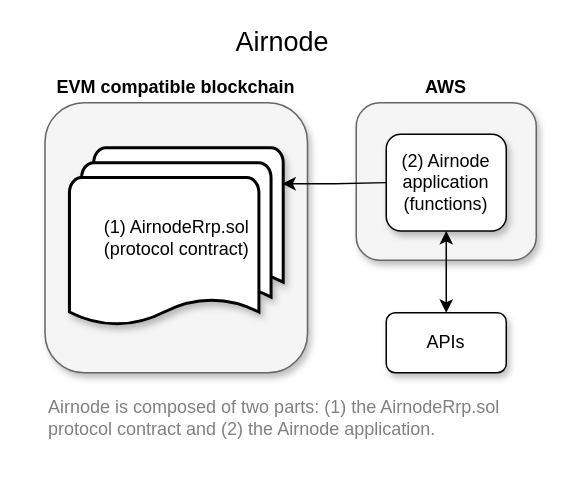
Before: docs/airnode/next/assets/diagrams/airnode-is-2-parts.drawio in api3dao/old-api3-docs, a draw.io diagram. Source tidied: cells renumbered, new cells numbered last; positions are measured from the earlier drawing's top-left corner, leaving out a move shared by most shapes. Both pictures are drawn from the tidied source at 150%, with x=0, y=0 at pixel (26, 27).
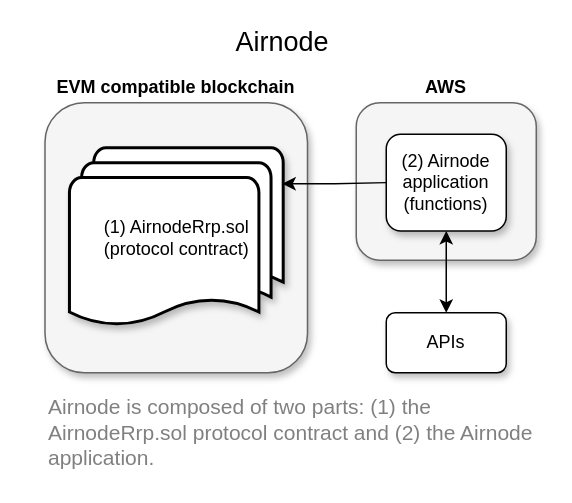
Above is the later version.

Change to the diagram source:
```diff
@@
 <mxGraphModel>
   <root>
     <mxCell id="0" />
     <mxCell id="1" parent="0" />
     <mxCell id="2" style="rounded=1;whiteSpace=wrap;html=1;fillColor=#f5f5f5;strokeColor=#666666;fontColor=#333333;shadow=1;" parent="1" vertex="1">
       <mxGeometry x="220" y="50" width="120" height="105" as="geometry" />
     </mxCell>
     <mxCell id="3" value="APIs" style="rounded=1;whiteSpace=wrap;html=1;shadow=1;" parent="1" vertex="1">
       <mxGeometry x="240" y="190" width="80" height="40" as="geometry" />
     </mxCell>
     <mxCell id="4" style="edgeStyle=orthogonalEdgeStyle;rounded=0;jettySize=auto;html=1;entryX=0.5;entryY=0;entryDx=0;entryDy=0;startArrow=classic;startFill=1;" parent="1" edge="1" source="5" target="3">
       <mxGeometry relative="1" as="geometry" />
     </mxCell>
     <mxCell id="5" value="(2) Airnode&lt;br&gt;application&lt;br&gt;(functions)" style="rounded=1;whiteSpace=wrap;html=1;shadow=1;" parent="1" vertex="1">
       <mxGeometry x="240" y="71" width="80" height="64.5" as="geometry" />
     </mxCell>
     <mxCell id="6" style="rounded=1;whiteSpace=wrap;html=1;fillColor=#f5f5f5;strokeColor=#666666;fontColor=#333333;shadow=1;" parent="1" vertex="1">
       <mxGeometry x="12.5" y="50" width="175" height="180" as="geometry" />
     </mxCell>
     <mxCell id="7" value="&lt;b&gt;EVM compatible blockchain&lt;/b&gt;" style="text;html=1;strokeColor=none;fillColor=none;align=center;verticalAlign=middle;whiteSpace=wrap;rounded=0;" parent="1" vertex="1">
       <mxGeometry y="30" width="200" height="20" as="geometry" />
     </mxCell>
     <mxCell id="8" style="edgeStyle=orthogonalEdgeStyle;rounded=0;jettySize=auto;html=1;exitX=0.996;exitY=0.2;exitDx=0;exitDy=0;exitPerimeter=0;entryX=0;entryY=0.5;entryDx=0;entryDy=0;startArrow=classic;startFill=1;strokeColor=#000000;endArrow=none;endFill=0;" parent="1" edge="1" source="9" target="5">
       <mxGeometry relative="1" as="geometry" />
     </mxCell>
     <mxCell id="9" value="(1) AirnodeRrp.sol&lt;br&gt;(protocol contract)" style="strokeWidth=2;html=1;shape=mxgraph.flowchart.multi-document;whiteSpace=wrap;shadow=1;" parent="1" vertex="1">
       <mxGeometry x="28.8" y="80" width="142.5" height="120" as="geometry" />
     </mxCell>
     <mxCell id="10" value="&lt;b&gt;AWS&lt;/b&gt;" style="text;html=1;strokeColor=none;fillColor=none;align=center;verticalAlign=middle;whiteSpace=wrap;rounded=0;" parent="1" vertex="1">
       <mxGeometry x="260" y="30" width="40" height="20" as="geometry" />
     </mxCell>
-    <mxCell id="11" value="&lt;font color=&quot;#808080&quot;&gt;Airnode is composed of two parts: (1) the AirnodeRrp.sol protocol contract and (2) the Airnode application.&lt;/font&gt;" style="text;html=1;strokeColor=none;fillColor=none;align=left;verticalAlign=middle;whiteSpace=wrap;rounded=0;" parent="1" vertex="1">
-      <mxGeometry x="12.5" y="250" width="330" height="20" as="geometry" />
+    <mxCell id="11" value="&lt;font color=&quot;#808080&quot; style=&quot;font-size: 14px&quot;&gt;Airnode is composed of two parts: (1) the AirnodeRrp.sol protocol contract and (2) the Airnode application.&lt;/font&gt;" style="text;html=1;strokeColor=none;fillColor=none;align=left;verticalAlign=middle;whiteSpace=wrap;rounded=0;" parent="1" vertex="1">
+      <mxGeometry x="12.5" y="240" width="330" height="60" as="geometry" />
     </mxCell>
     <mxCell id="12" value="&lt;font style=&quot;font-size: 18px&quot;&gt;Airnode&lt;/font&gt;" style="text;html=1;strokeColor=none;fillColor=none;align=center;verticalAlign=middle;whiteSpace=wrap;rounded=0;" parent="1" vertex="1">
       <mxGeometry x="151.2" width="40" height="20" as="geometry" />
     </mxCell>
   </root>
 </mxGraphModel>
```
